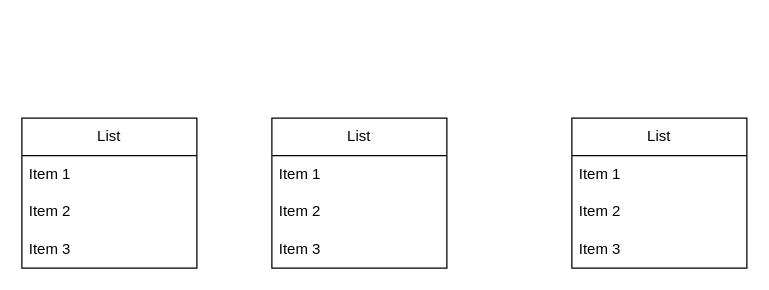
Above: HandleLetDomain.drawio in JaisAndersen/HandleLet (draw.io), before the change. Source tidied: cells renumbered, new cells numbered last; positions are measured from the earlier drawing's top-left corner, leaving out a move shared by most shapes. Both pictures are drawn from the tidied source at 125%, with x=0, y=0 at pixel (21, 118).
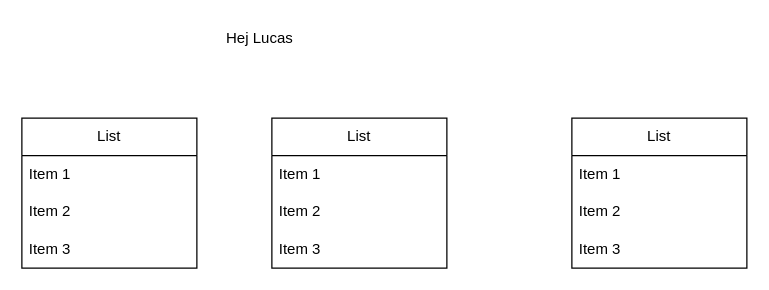
The same diagram, later.

Change to the diagram source:
```diff
@@
 <mxGraphModel>
   <root>
     <mxCell id="0" />
     <mxCell id="1" parent="0" />
     <mxCell id="2" value="List" style="swimlane;fontStyle=0;horizontal=1;startSize=30;whiteSpace=wrap;html=1;" parent="1" vertex="1">
       <mxGeometry x="200" width="140" height="120" as="geometry" />
     </mxCell>
     <mxCell id="3" value="Item 1" style="text;strokeColor=none;fillColor=none;align=left;verticalAlign=middle;spacingLeft=4;spacingRight=4;overflow=hidden;whiteSpace=wrap;html=1;" parent="2" vertex="1">
       <mxGeometry y="30" width="140" height="30" as="geometry" />
     </mxCell>
     <mxCell id="4" value="Item 2" style="text;strokeColor=none;fillColor=none;align=left;verticalAlign=middle;spacingLeft=4;spacingRight=4;overflow=hidden;whiteSpace=wrap;html=1;" parent="2" vertex="1">
       <mxGeometry y="60" width="140" height="30" as="geometry" />
     </mxCell>
     <mxCell id="5" value="Item 3" style="text;strokeColor=none;fillColor=none;align=left;verticalAlign=middle;spacingLeft=4;spacingRight=4;overflow=hidden;whiteSpace=wrap;html=1;" parent="2" vertex="1">
       <mxGeometry y="90" width="140" height="30" as="geometry" />
     </mxCell>
     <mxCell id="6" value="List" style="swimlane;fontStyle=0;horizontal=1;startSize=30;whiteSpace=wrap;html=1;" parent="1" vertex="1">
       <mxGeometry width="140" height="120" as="geometry" />
     </mxCell>
     <mxCell id="7" value="Item 1" style="text;strokeColor=none;fillColor=none;align=left;verticalAlign=middle;spacingLeft=4;spacingRight=4;overflow=hidden;whiteSpace=wrap;html=1;" parent="6" vertex="1">
       <mxGeometry y="30" width="140" height="30" as="geometry" />
     </mxCell>
     <mxCell id="8" value="Item 2" style="text;strokeColor=none;fillColor=none;align=left;verticalAlign=middle;spacingLeft=4;spacingRight=4;overflow=hidden;whiteSpace=wrap;html=1;" parent="6" vertex="1">
       <mxGeometry y="60" width="140" height="30" as="geometry" />
     </mxCell>
     <mxCell id="9" value="Item 3" style="text;strokeColor=none;fillColor=none;align=left;verticalAlign=middle;spacingLeft=4;spacingRight=4;overflow=hidden;whiteSpace=wrap;html=1;" parent="6" vertex="1">
       <mxGeometry y="90" width="140" height="30" as="geometry" />
     </mxCell>
     <mxCell id="10" value="List" style="swimlane;fontStyle=0;horizontal=1;startSize=30;whiteSpace=wrap;html=1;" parent="1" vertex="1">
       <mxGeometry x="440" width="140" height="120" as="geometry" />
     </mxCell>
     <mxCell id="11" value="Item 1" style="text;strokeColor=none;fillColor=none;align=left;verticalAlign=middle;spacingLeft=4;spacingRight=4;overflow=hidden;whiteSpace=wrap;html=1;" parent="10" vertex="1">
       <mxGeometry y="30" width="140" height="30" as="geometry" />
     </mxCell>
     <mxCell id="12" value="Item 2" style="text;strokeColor=none;fillColor=none;align=left;verticalAlign=middle;spacingLeft=4;spacingRight=4;overflow=hidden;whiteSpace=wrap;html=1;" parent="10" vertex="1">
       <mxGeometry y="60" width="140" height="30" as="geometry" />
     </mxCell>
     <mxCell id="13" value="Item 3" style="text;strokeColor=none;fillColor=none;align=left;verticalAlign=middle;spacingLeft=4;spacingRight=4;overflow=hidden;whiteSpace=wrap;html=1;" parent="10" vertex="1">
       <mxGeometry y="90" width="140" height="30" as="geometry" />
     </mxCell>
+    <mxCell id="14" value="Hej Lucas&lt;div&gt;&lt;br&gt;&lt;/div&gt;" style="text;html=1;align=center;verticalAlign=middle;strokeColor=none;fillColor=none;" parent="1" vertex="1">
+      <mxGeometry x="150" y="-77" width="80" height="40" as="geometry" />
+    </mxCell>
   </root>
 </mxGraphModel>
```
